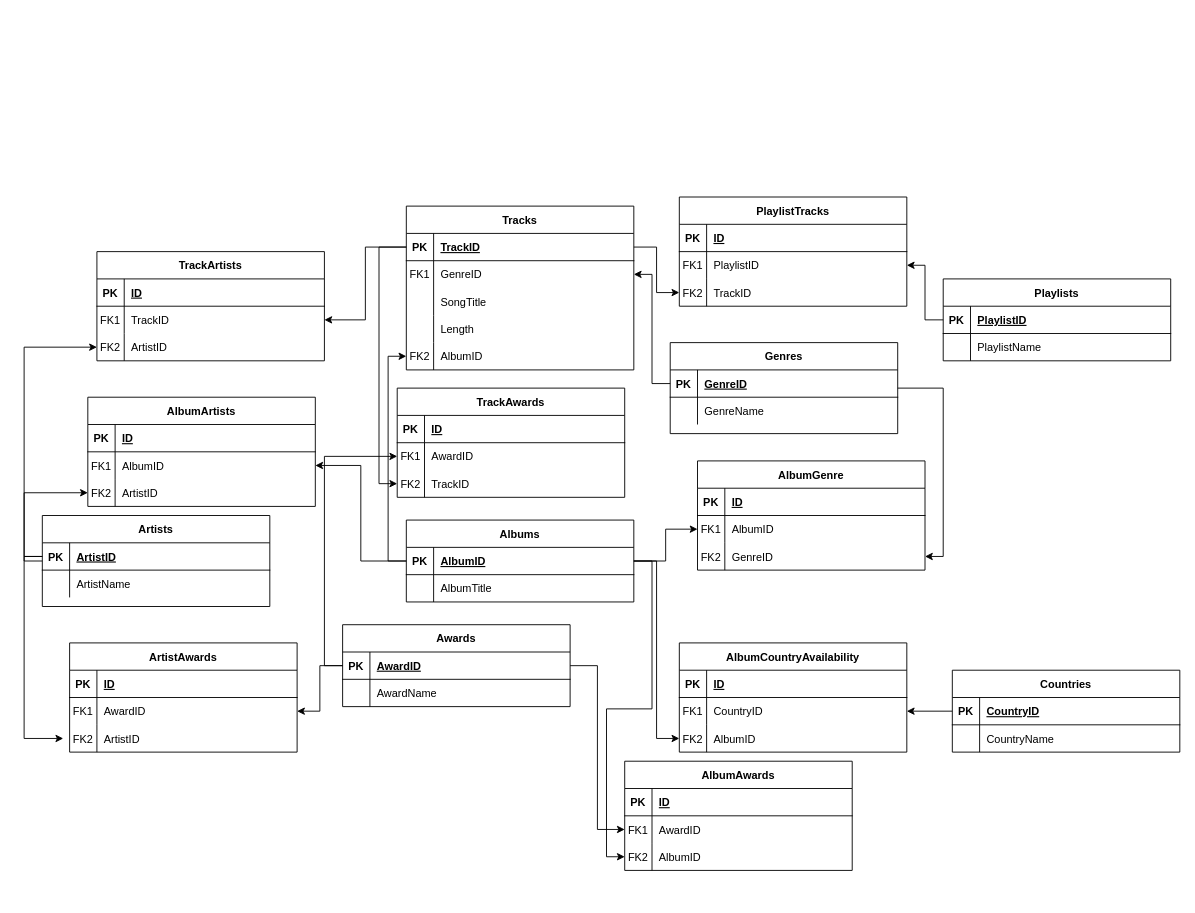
Earlier version of the draw.io diagram Untitled Diagram.drawio (wstearns19/Tools-for-Data-Science). Source tidied: cells renumbered, new cells numbered last; positions are measured from the earlier drawing's top-left corner, leaving out a move shared by most shapes. Both pictures are drawn from the tidied source at 91%, with x=0, y=0 at pixel (42, 197).
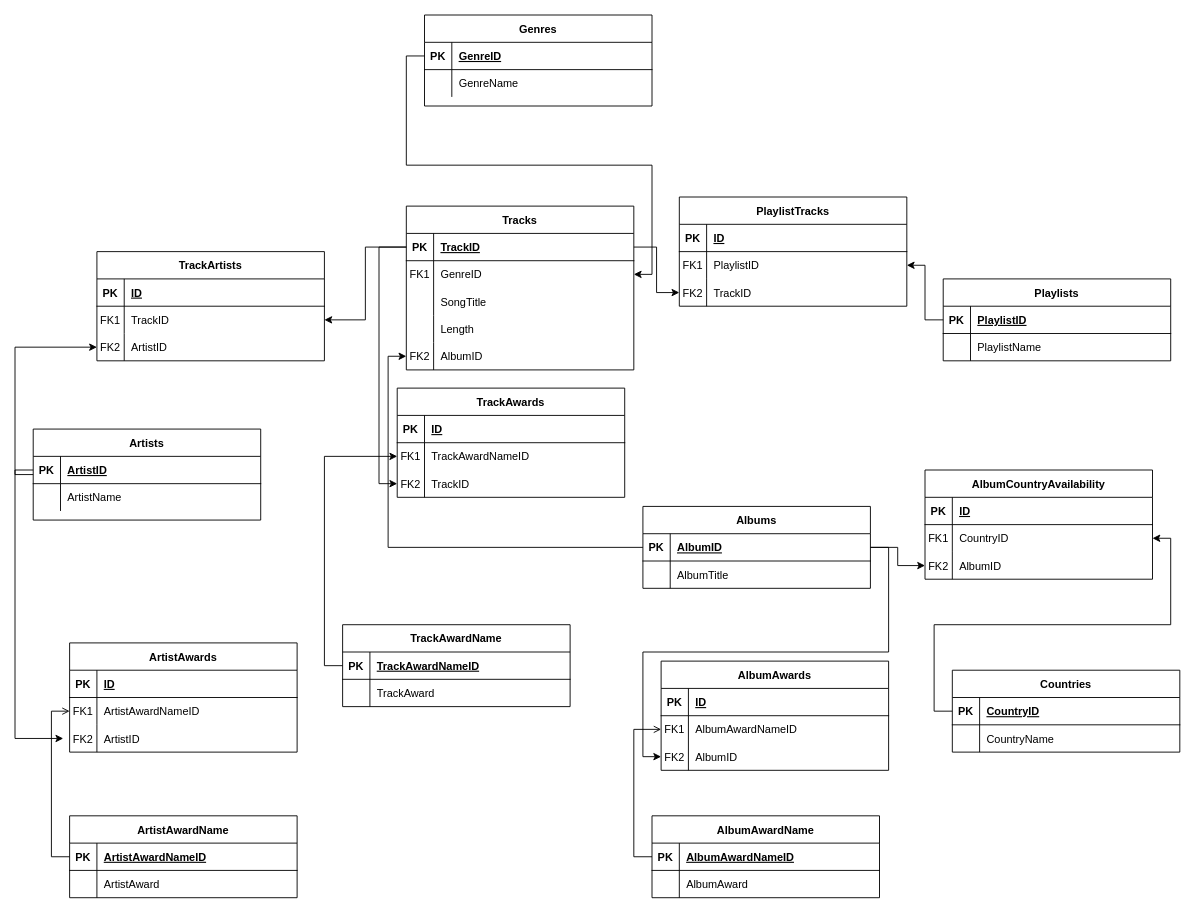
The same diagram, later.

The change refers to these unchanged cells:
```xml
<mxCell id="27" style="shape=partialRectangle;fillColor=none;points=[[0,0.5],[1,0.5]];portConstraint=eastwest;top=0;left=0;right=0;bottom=1;" parent="26" vertex="1">
  <mxGeometry y="30" width="250" height="30" as="geometry" />
</mxCell>
<mxCell id="48" style="shape=partialRectangle;fillColor=none;points=[[0,0.5],[1,0.5]];portConstraint=eastwest;top=0;left=0;right=0;bottom=1;" parent="47" vertex="1">
  <mxGeometry y="30" width="250" height="30" as="geometry" />
</mxCell>
<mxCell id="73" style="shape=partialRectangle;fillColor=none;points=[[0,0.5],[1,0.5]];portConstraint=eastwest;top=0;left=0;right=0;bottom=1;" parent="72" vertex="1">
  <mxGeometry y="30" width="250" height="30" as="geometry" />
</mxCell>
<mxCell id="76" style="shape=partialRectangle;fillColor=none;top=0;left=0;right=0;bottom=0;" parent="72" vertex="1">
  <mxGeometry y="60" width="250" height="30" as="geometry" />
</mxCell>
<mxCell id="83" style="shape=partialRectangle;fillColor=none;points=[[0,0.5],[1,0.5]];portConstraint=eastwest;top=0;left=0;right=0;bottom=0;" parent="79" vertex="1">
  <mxGeometry y="60" width="250" height="30" as="geometry" />
</mxCell>
<mxCell id="95" style="shape=partialRectangle;fillColor=none;points=[[0,0.5],[1,0.5]];portConstraint=eastwest;top=0;left=0;right=0;bottom=0;" parent="91" vertex="1">
  <mxGeometry y="60" width="250" height="30" as="geometry" />
</mxCell>
<mxCell id="148" style="shape=partialRectangle;fillColor=none;points=[[0,0.5],[1,0.5]];portConstraint=eastwest;top=0;left=0;right=0;bottom=0;" parent="144" vertex="1">
  <mxGeometry y="60" width="250" height="30" as="geometry" />
</mxCell>
```

Change to the diagram source:
```diff
@@
-    <mxCell id="18" style="edgeStyle=orthogonalEdgeStyle;rounded=0;jettySize=auto;html=1;exitX=1;exitY=0.5;exitDx=0;exitDy=0;entryX=1;entryY=0.5;entryDx=0;entryDy=0;strokeColor=default;" parent="1" edge="1" source="19" target="138">
-      <mxGeometry relative="1" as="geometry" />
-    </mxCell>
     <mxCell id="19" value="Genres" style="shape=table;startSize=30;childLayout=tableLayout;rowLines=0;fontStyle=1;align=center;" parent="1" vertex="1">
-      <mxGeometry x="690" y="160" width="250" height="100" as="geometry" />
+      <mxGeometry x="420" y="-200" width="250" height="100" as="geometry" />
     </mxCell>
@@
     <mxCell id="26" value="Artists" style="shape=table;startSize=30;childLayout=tableLayout;rowLines=0;fontStyle=1;align=center;" parent="1" vertex="1">
-      <mxGeometry y="350" width="250" height="100" as="geometry" />
+      <mxGeometry x="-10" y="255" width="250" height="100" as="geometry" />
     </mxCell>
@@
     <mxCell id="47" value="Albums" style="shape=table;startSize=30;childLayout=tableLayout;rowLines=0;fontStyle=1;align=center;" parent="1" vertex="1">
-      <mxGeometry x="400" y="355" width="250" height="90" as="geometry" />
+      <mxGeometry x="660" y="340" width="250" height="90" as="geometry" />
     </mxCell>
@@
-    <mxCell id="72" value="Awards" style="shape=table;startSize=30;childLayout=tableLayout;rowLines=0;fontStyle=1;align=center;" parent="1" vertex="1">
+    <mxCell id="72" value="TrackAwardName" style="shape=table;startSize=30;childLayout=tableLayout;rowLines=0;fontStyle=1;align=center;" parent="1" vertex="1">
       <mxGeometry x="330" y="470" width="250" height="90" as="geometry" />
     </mxCell>
@@
-    <mxCell id="75" value="AwardID" style="shape=partialRectangle;overflow=hidden;fillColor=none;top=0;left=0;bottom=0;right=0;align=left;spacingLeft=6;fontStyle=5;" parent="73" vertex="1">
+    <mxCell id="75" value="TrackAwardNameID" style="shape=partialRectangle;overflow=hidden;fillColor=none;top=0;left=0;bottom=0;right=0;align=left;spacingLeft=6;fontStyle=5;" parent="73" vertex="1">
       <mxGeometry x="30" width="220" height="30" as="geometry" />
     </mxCell>
@@
-    <mxCell id="78" value="AwardName" style="shape=partialRectangle;overflow=hidden;fillColor=none;top=0;left=0;bottom=0;right=0;align=left;spacingLeft=6;" parent="76" vertex="1">
+    <mxCell id="78" value="TrackAward" style="shape=partialRectangle;overflow=hidden;fillColor=none;top=0;left=0;bottom=0;right=0;align=left;spacingLeft=6;" parent="76" vertex="1">
       <mxGeometry x="30" width="220" height="30" as="geometry" />
     </mxCell>
     <mxCell id="79" value="AlbumAwards" style="shape=table;startSize=30;childLayout=tableLayout;rowLines=0;fontStyle=1;align=center;" parent="1" vertex="1">
-      <mxGeometry x="640" y="620" width="250" height="120" as="geometry" />
+      <mxGeometry x="680" y="510" width="250" height="120" as="geometry" />
     </mxCell>
@@
-    <mxCell id="85" value="AwardID" style="shape=partialRectangle;overflow=hidden;fillColor=none;top=0;left=0;bottom=0;right=0;align=left;spacingLeft=6;" parent="83" vertex="1">
+    <mxCell id="85" value="AlbumAwardNameID" style="shape=partialRectangle;overflow=hidden;fillColor=none;top=0;left=0;bottom=0;right=0;align=left;spacingLeft=6;" parent="83" vertex="1">
       <mxGeometry x="30" width="220" height="30" as="geometry" />
     </mxCell>
@@
-    <mxCell id="89" style="edgeStyle=orthogonalEdgeStyle;rounded=0;jettySize=auto;html=1;exitX=1;exitY=0.5;exitDx=0;exitDy=0;strokeColor=default;entryX=0;entryY=0.5;entryDx=0;entryDy=0;" parent="1" edge="1" source="73" target="83">
-      <mxGeometry relative="1" as="geometry" />
-    </mxCell>
@@
-    <mxCell id="97" value="AwardID" style="shape=partialRectangle;overflow=hidden;fillColor=none;top=0;left=0;bottom=0;right=0;align=left;spacingLeft=6;" parent="95" vertex="1">
+    <mxCell id="97" value="ArtistAwardNameID" style="shape=partialRectangle;overflow=hidden;fillColor=none;top=0;left=0;bottom=0;right=0;align=left;spacingLeft=6;" parent="95" vertex="1">
       <mxGeometry x="30" width="220" height="30" as="geometry" />
     </mxCell>
@@
-    <mxCell id="101" style="edgeStyle=orthogonalEdgeStyle;rounded=0;jettySize=auto;html=1;exitX=0;exitY=0.5;exitDx=0;exitDy=0;entryX=1;entryY=0.5;entryDx=0;entryDy=0;strokeColor=default;" parent="1" edge="1" source="73" target="95">
-      <mxGeometry relative="1" as="geometry" />
-    </mxCell>
@@
     <mxCell id="110" value="AlbumCountryAvailability" style="shape=table;startSize=30;childLayout=tableLayout;rowLines=0;fontStyle=1;align=center;" parent="1" vertex="1">
-      <mxGeometry x="700" y="490" width="250" height="120" as="geometry" />
+      <mxGeometry x="970" y="300" width="250" height="120" as="geometry" />
     </mxCell>
@@
-    <mxCell id="121" value="AlbumArtists" style="shape=table;startSize=30;childLayout=tableLayout;rowLines=0;fontStyle=1;align=center;" parent="1" vertex="1">
-      <mxGeometry x="50" y="220" width="250" height="120" as="geometry" />
-    </mxCell>
-    <mxCell id="122" style="shape=partialRectangle;fillColor=none;top=0;left=0;right=0;bottom=1;" parent="121" vertex="1">
-      <mxGeometry y="30" width="250" height="30" as="geometry" />
-    </mxCell>
-    <mxCell id="123" value="PK" style="shape=partialRectangle;overflow=hidden;fillColor=none;top=0;left=0;bottom=0;right=0;fontStyle=1;" parent="122" vertex="1">
-      <mxGeometry width="30" height="30" as="geometry" />
-    </mxCell>
-    <mxCell id="124" value="ID" style="shape=partialRectangle;overflow=hidden;fillColor=none;top=0;left=0;bottom=0;right=0;align=left;spacingLeft=6;fontStyle=5;" parent="122" vertex="1">
-      <mxGeometry x="30" width="220" height="30" as="geometry" />
-    </mxCell>
-    <mxCell id="125" style="shape=partialRectangle;fillColor=none;points=[[0,0.5],[1,0.5]];portConstraint=eastwest;top=0;left=0;right=0;bottom=0;" parent="121" vertex="1">
-      <mxGeometry y="60" width="250" height="30" as="geometry" />
-    </mxCell>
-    <mxCell id="126" value="FK1" style="shape=partialRectangle;overflow=hidden;fillColor=none;top=0;left=0;bottom=0;right=0;" parent="125" vertex="1">
-      <mxGeometry width="30" height="30" as="geometry" />
-    </mxCell>
-    <mxCell id="127" value="AlbumID" style="shape=partialRectangle;overflow=hidden;fillColor=none;top=0;left=0;bottom=0;right=0;align=left;spacingLeft=6;" parent="125" vertex="1">
-      <mxGeometry x="30" width="220" height="30" as="geometry" />
-    </mxCell>
-    <mxCell id="128" style="shape=partialRectangle;fillColor=none;points=[[0,0.5],[1,0.5]];portConstraint=eastwest;top=0;left=0;right=0;bottom=0;" parent="121" vertex="1">
-      <mxGeometry y="90" width="250" height="30" as="geometry" />
-    </mxCell>
-    <mxCell id="129" value="FK2" style="shape=partialRectangle;overflow=hidden;fillColor=none;top=0;left=0;bottom=0;right=0;" parent="128" vertex="1">
-      <mxGeometry width="30" height="30" as="geometry" />
-    </mxCell>
-    <mxCell id="130" value="ArtistID" style="shape=partialRectangle;overflow=hidden;fillColor=none;top=0;left=0;bottom=0;right=0;align=left;spacingLeft=6;" parent="128" vertex="1">
-      <mxGeometry x="30" width="220" height="30" as="geometry" />
-    </mxCell>
-    <mxCell id="131" value="AlbumGenre" style="shape=table;startSize=30;childLayout=tableLayout;rowLines=0;fontStyle=1;align=center;" parent="1" vertex="1">
-      <mxGeometry x="720" y="290" width="250" height="120" as="geometry" />
-    </mxCell>
-    <mxCell id="132" style="shape=partialRectangle;fillColor=none;top=0;left=0;right=0;bottom=1;" parent="131" vertex="1">
-      <mxGeometry y="30" width="250" height="30" as="geometry" />
-    </mxCell>
-    <mxCell id="133" value="PK" style="shape=partialRectangle;overflow=hidden;fillColor=none;top=0;left=0;bottom=0;right=0;fontStyle=1;" parent="132" vertex="1">
-      <mxGeometry width="30" height="30" as="geometry" />
-    </mxCell>
-    <mxCell id="134" value="ID" style="shape=partialRectangle;overflow=hidden;fillColor=none;top=0;left=0;bottom=0;right=0;align=left;spacingLeft=6;fontStyle=5;" parent="132" vertex="1">
-      <mxGeometry x="30" width="220" height="30" as="geometry" />
-    </mxCell>
-    <mxCell id="135" style="shape=partialRectangle;fillColor=none;points=[[0,0.5],[1,0.5]];portConstraint=eastwest;top=0;left=0;right=0;bottom=0;" parent="131" vertex="1">
-      <mxGeometry y="60" width="250" height="30" as="geometry" />
-    </mxCell>
-    <mxCell id="136" value="FK1" style="shape=partialRectangle;overflow=hidden;fillColor=none;top=0;left=0;bottom=0;right=0;" parent="135" vertex="1">
-      <mxGeometry width="30" height="30" as="geometry" />
-    </mxCell>
-    <mxCell id="137" value="AlbumID" style="shape=partialRectangle;overflow=hidden;fillColor=none;top=0;left=0;bottom=0;right=0;align=left;spacingLeft=6;" parent="135" vertex="1">
-      <mxGeometry x="30" width="220" height="30" as="geometry" />
-    </mxCell>
-    <mxCell id="138" style="shape=partialRectangle;fillColor=none;points=[[0,0.5],[1,0.5]];portConstraint=eastwest;top=0;left=0;right=0;bottom=0;" parent="131" vertex="1">
-      <mxGeometry y="90" width="250" height="30" as="geometry" />
-    </mxCell>
-    <mxCell id="139" value="FK2" style="shape=partialRectangle;overflow=hidden;fillColor=none;top=0;left=0;bottom=0;right=0;" parent="138" vertex="1">
-      <mxGeometry width="30" height="30" as="geometry" />
-    </mxCell>
-    <mxCell id="140" value="GenreID" style="shape=partialRectangle;overflow=hidden;fillColor=none;top=0;left=0;bottom=0;right=0;align=left;spacingLeft=6;" parent="138" vertex="1">
-      <mxGeometry x="30" width="220" height="30" as="geometry" />
-    </mxCell>
-    <mxCell id="141" style="edgeStyle=orthogonalEdgeStyle;rounded=0;jettySize=auto;html=1;exitX=0;exitY=0.5;exitDx=0;exitDy=0;entryX=0;entryY=0.5;entryDx=0;entryDy=0;strokeColor=default;" parent="1" edge="1" source="27" target="128">
-      <mxGeometry relative="1" as="geometry" />
-    </mxCell>
-    <mxCell id="142" style="edgeStyle=orthogonalEdgeStyle;rounded=0;jettySize=auto;html=1;exitX=0;exitY=0.5;exitDx=0;exitDy=0;entryX=1;entryY=0.5;entryDx=0;entryDy=0;strokeColor=default;" parent="1" edge="1" source="48" target="125">
-      <mxGeometry relative="1" as="geometry" />
-    </mxCell>
@@
-    <mxCell id="150" value="AwardID" style="shape=partialRectangle;overflow=hidden;fillColor=none;top=0;left=0;bottom=0;right=0;align=left;spacingLeft=6;" parent="148" vertex="1">
+    <mxCell id="150" value="TrackAwardNameID" style="shape=partialRectangle;overflow=hidden;fillColor=none;top=0;left=0;bottom=0;right=0;align=left;spacingLeft=6;" parent="148" vertex="1">
       <mxGeometry x="30" width="220" height="30" as="geometry" />
     </mxCell>
@@
-    <mxCell id="157" style="edgeStyle=orthogonalEdgeStyle;rounded=0;jettySize=auto;html=1;exitX=1;exitY=0.5;exitDx=0;exitDy=0;entryX=0;entryY=0.5;entryDx=0;entryDy=0;strokeColor=default;" parent="1" edge="1" source="48" target="135">
-      <mxGeometry relative="1" as="geometry" />
-    </mxCell>
+    <mxCell id="158" value="AlbumAwardName" style="shape=table;startSize=30;childLayout=tableLayout;rowLines=0;fontStyle=1;align=center;" parent="1" vertex="1">
+      <mxGeometry x="670" y="680" width="250" height="90" as="geometry" />
+    </mxCell>
+    <mxCell id="159" style="shape=partialRectangle;fillColor=none;points=[[0,0.5],[1,0.5]];portConstraint=eastwest;top=0;left=0;right=0;bottom=1;" parent="158" vertex="1">
+      <mxGeometry y="30" width="250" height="30" as="geometry" />
+    </mxCell>
+    <mxCell id="160" value="PK" style="shape=partialRectangle;overflow=hidden;fillColor=none;top=0;left=0;bottom=0;right=0;fontStyle=1;" parent="159" vertex="1">
+      <mxGeometry width="30" height="30" as="geometry" />
+    </mxCell>
+    <mxCell id="161" value="AlbumAwardNameID" style="shape=partialRectangle;overflow=hidden;fillColor=none;top=0;left=0;bottom=0;right=0;align=left;spacingLeft=6;fontStyle=5;" parent="159" vertex="1">
+      <mxGeometry x="30" width="220" height="30" as="geometry" />
+    </mxCell>
+    <mxCell id="162" style="shape=partialRectangle;fillColor=none;top=0;left=0;right=0;bottom=0;" parent="158" vertex="1">
+      <mxGeometry y="60" width="250" height="30" as="geometry" />
+    </mxCell>
+    <mxCell id="163" style="shape=partialRectangle;overflow=hidden;fillColor=none;top=0;left=0;bottom=0;right=0;" parent="162" vertex="1">
+      <mxGeometry width="30" height="30" as="geometry" />
+    </mxCell>
+    <mxCell id="164" value="AlbumAward" style="shape=partialRectangle;overflow=hidden;fillColor=none;top=0;left=0;bottom=0;right=0;align=left;spacingLeft=6;" parent="162" vertex="1">
+      <mxGeometry x="30" width="220" height="30" as="geometry" />
+    </mxCell>
+    <mxCell id="165" value="ArtistAwardName" style="shape=table;startSize=30;childLayout=tableLayout;rowLines=0;fontStyle=1;align=center;" parent="1" vertex="1">
+      <mxGeometry x="30" y="680" width="250" height="90" as="geometry" />
+    </mxCell>
+    <mxCell id="166" style="shape=partialRectangle;fillColor=none;points=[[0,0.5],[1,0.5]];portConstraint=eastwest;top=0;left=0;right=0;bottom=1;" parent="165" vertex="1">
+      <mxGeometry y="30" width="250" height="30" as="geometry" />
+    </mxCell>
+    <mxCell id="167" value="PK" style="shape=partialRectangle;overflow=hidden;fillColor=none;top=0;left=0;bottom=0;right=0;fontStyle=1;" parent="166" vertex="1">
+      <mxGeometry width="30" height="30" as="geometry" />
+    </mxCell>
+    <mxCell id="168" value="ArtistAwardNameID" style="shape=partialRectangle;overflow=hidden;fillColor=none;top=0;left=0;bottom=0;right=0;align=left;spacingLeft=6;fontStyle=5;" parent="166" vertex="1">
+      <mxGeometry x="30" width="220" height="30" as="geometry" />
+    </mxCell>
+    <mxCell id="169" style="shape=partialRectangle;fillColor=none;top=0;left=0;right=0;bottom=0;" parent="165" vertex="1">
+      <mxGeometry y="60" width="250" height="30" as="geometry" />
+    </mxCell>
+    <mxCell id="170" style="shape=partialRectangle;overflow=hidden;fillColor=none;top=0;left=0;bottom=0;right=0;" parent="169" vertex="1">
+      <mxGeometry width="30" height="30" as="geometry" />
+    </mxCell>
+    <mxCell id="171" value="ArtistAward" style="shape=partialRectangle;overflow=hidden;fillColor=none;top=0;left=0;bottom=0;right=0;align=left;spacingLeft=6;" parent="169" vertex="1">
+      <mxGeometry x="30" width="220" height="30" as="geometry" />
+    </mxCell>
+    <mxCell id="172" style="edgeStyle=orthogonalEdgeStyle;rounded=0;jettySize=auto;html=1;exitX=0;exitY=0.5;exitDx=0;exitDy=0;entryX=0;entryY=0.5;entryDx=0;entryDy=0;endArrow=open;sourcePerimeterSpacing=8;targetPerimeterSpacing=8;" parent="1" edge="1" source="159" target="83">
+      <mxGeometry relative="1" as="geometry" />
+    </mxCell>
+    <mxCell id="173" style="edgeStyle=orthogonalEdgeStyle;rounded=0;jettySize=auto;html=1;exitX=0;exitY=0.5;exitDx=0;exitDy=0;entryX=0;entryY=0.5;entryDx=0;entryDy=0;endArrow=open;sourcePerimeterSpacing=8;targetPerimeterSpacing=8;" parent="1" edge="1" source="166" target="95">
+      <mxGeometry relative="1" as="geometry" />
+    </mxCell>
```
